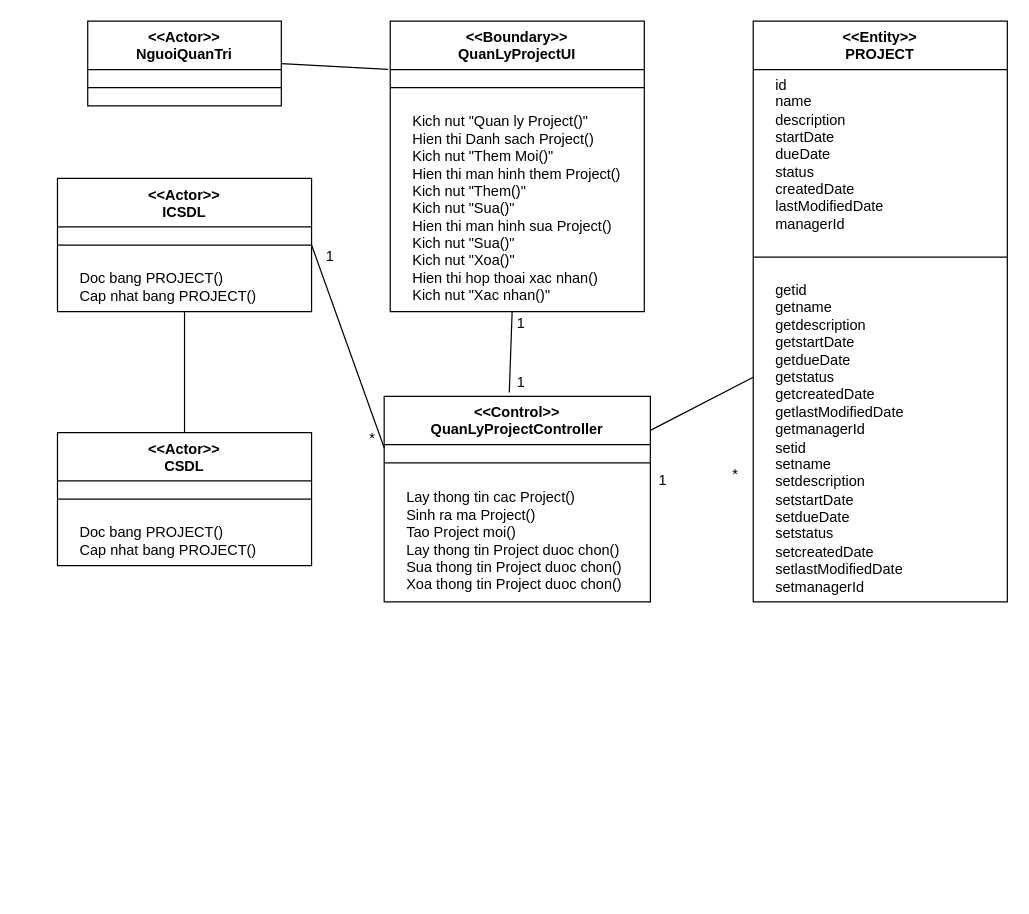
Above: page "QuanLyProject" (1 of 7) of Báo Cáo/VOPC/VPOC.drawio in chickenlazy/college (draw.io), before the change. Source tidied: cells renumbered, new cells numbered last; positions are measured from the earlier drawing's top-left corner, leaving out a move shared by most shapes. Both pictures are drawn from the tidied source at 121%, with x=0, y=0 at pixel (57, 21).
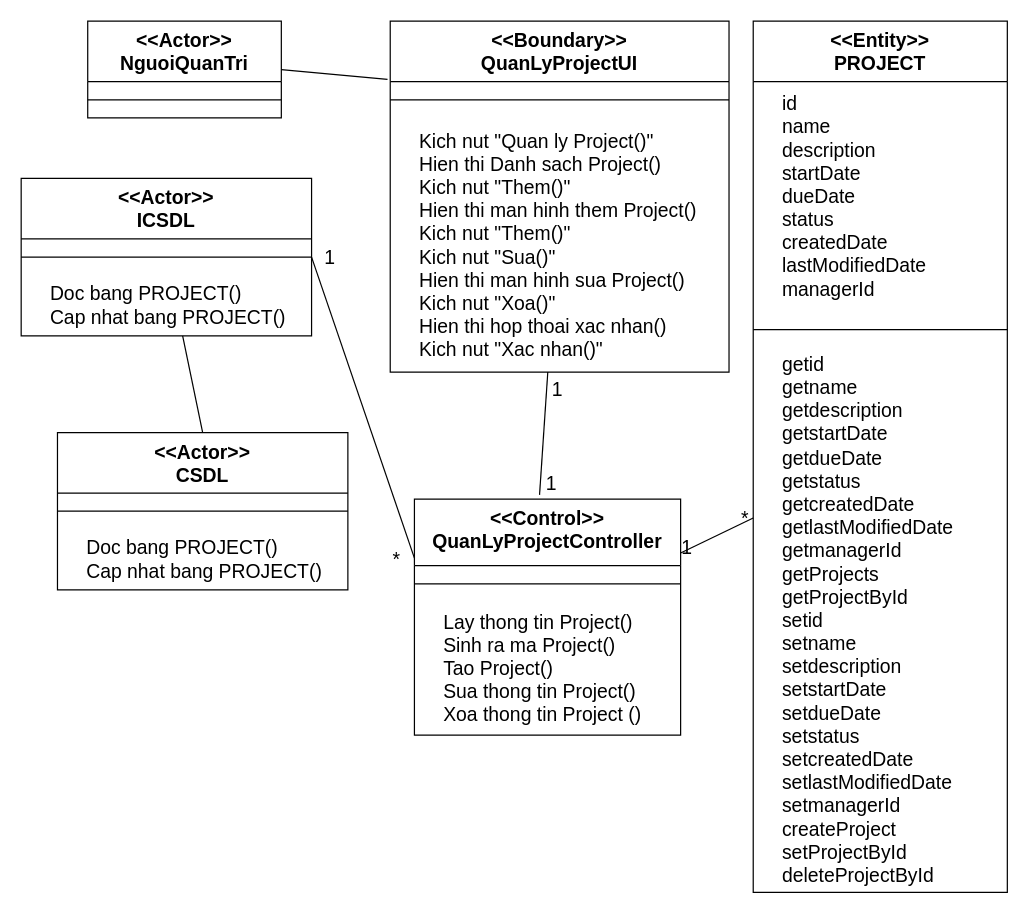
Above is the later version.

The edit, as a diff of the source:
```diff
@@
-    <mxCell id="2" value="&amp;lt;&amp;lt;Actor&amp;gt;&amp;gt;&lt;div&gt;NguoiQuanTri&lt;/div&gt;" style="swimlane;fontStyle=1;align=center;verticalAlign=top;horizontal=1;startSize=40;whiteSpace=wrap;html=1;" parent="1" vertex="1">
-      <mxGeometry x="25" width="160" height="70" as="geometry" />
+    <mxCell id="2" value="&amp;lt;&amp;lt;Actor&amp;gt;&amp;gt;&lt;div&gt;NguoiQuanTri&lt;/div&gt;" style="swimlane;fontStyle=1;align=center;verticalAlign=top;horizontal=1;startSize=50;whiteSpace=wrap;html=1;fontSize=16;" parent="1" vertex="1">
+      <mxGeometry x="25" width="160" height="80" as="geometry" />
     </mxCell>
-    <mxCell id="3" style="line;strokeWidth=1;fillColor=none;align=left;verticalAlign=middle;spacingTop=-1;spacingLeft=3;spacingRight=3;labelPosition=right;strokeColor=inherit;" parent="2" vertex="1">
-      <mxGeometry y="40" width="160" height="30" as="geometry" />
+    <mxCell id="3" style="line;strokeWidth=1;fillColor=none;align=left;verticalAlign=middle;spacingTop=-1;spacingLeft=3;spacingRight=3;labelPosition=right;strokeColor=inherit;fontSize=16;" parent="2" vertex="1">
+      <mxGeometry y="50" width="160" height="30" as="geometry" />
     </mxCell>
-    <mxCell id="4" value="&amp;lt;&amp;lt;Boundary&amp;gt;&amp;gt;&lt;div&gt;QuanLyProjectUI&lt;/div&gt;" style="swimlane;fontStyle=1;align=center;verticalAlign=top;horizontal=1;startSize=40;whiteSpace=wrap;html=1;" parent="1" vertex="1">
-      <mxGeometry x="275" width="210" height="240" as="geometry" />
+    <mxCell id="4" value="&amp;lt;&amp;lt;Boundary&amp;gt;&amp;gt;&lt;div&gt;QuanLyProjectUI&lt;/div&gt;" style="swimlane;fontStyle=1;align=center;verticalAlign=top;horizontal=1;startSize=50;whiteSpace=wrap;html=1;fontSize=16;" parent="1" vertex="1">
+      <mxGeometry x="275" width="280" height="290" as="geometry" />
     </mxCell>
-    <mxCell id="5" style="line;strokeWidth=1;fillColor=none;align=left;verticalAlign=middle;spacingTop=-1;spacingLeft=3;spacingRight=3;labelPosition=right;strokeColor=inherit;" parent="4" vertex="1">
-      <mxGeometry y="40" width="210" height="30" as="geometry" />
+    <mxCell id="5" style="line;strokeWidth=1;fillColor=none;align=left;verticalAlign=middle;spacingTop=-1;spacingLeft=3;spacingRight=3;labelPosition=right;strokeColor=inherit;fontSize=16;" parent="4" vertex="1">
+      <mxGeometry y="50" width="280" height="30" as="geometry" />
     </mxCell>
-    <mxCell id="6" value="&amp;nbsp; &amp;nbsp; &amp;nbsp;Kich nut &quot;Quan ly Project()&quot;&lt;br&gt;&lt;div&gt;&lt;span style=&quot;background-color: transparent; color: light-dark(rgb(0, 0, 0), rgb(255, 255, 255));&quot;&gt;&amp;nbsp; &amp;nbsp; &amp;nbsp;&lt;/span&gt;Hien thi Danh sach Project()&lt;/div&gt;&lt;div&gt;&lt;span style=&quot;background-color: transparent; color: light-dark(rgb(0, 0, 0), rgb(255, 255, 255));&quot;&gt;&amp;nbsp; &amp;nbsp; &amp;nbsp;&lt;/span&gt;Kich nut &quot;Them Moi()&quot;&lt;/div&gt;&lt;div&gt;&lt;span style=&quot;background-color: transparent; color: light-dark(rgb(0, 0, 0), rgb(255, 255, 255));&quot;&gt;&amp;nbsp; &amp;nbsp; &amp;nbsp;&lt;/span&gt;Hien thi man hinh them Project()&lt;/div&gt;&lt;div&gt;&lt;span style=&quot;background-color: transparent; color: light-dark(rgb(0, 0, 0), rgb(255, 255, 255));&quot;&gt;&amp;nbsp; &amp;nbsp; &amp;nbsp;&lt;/span&gt;Kich nut &quot;Them()&quot;&lt;/div&gt;&lt;div&gt;&lt;span style=&quot;background-color: transparent; color: light-dark(rgb(0, 0, 0), rgb(255, 255, 255));&quot;&gt;&amp;nbsp; &amp;nbsp; &amp;nbsp;&lt;/span&gt;Kich nut &quot;Sua()&quot;&lt;/div&gt;&lt;div&gt;&amp;nbsp; &amp;nbsp; &amp;nbsp;&lt;span style=&quot;background-color: transparent; color: light-dark(rgb(0, 0, 0), rgb(255, 255, 255));&quot;&gt;Hien thi man hinh sua Project()&lt;/span&gt;&lt;/div&gt;&lt;div&gt;&lt;span style=&quot;background-color: transparent; color: light-dark(rgb(0, 0, 0), rgb(255, 255, 255));&quot;&gt;&amp;nbsp; &amp;nbsp; &amp;nbsp;&lt;/span&gt;Kich nut &quot;Sua()&quot;&lt;/div&gt;&lt;div&gt;&amp;nbsp;&lt;span style=&quot;background-color: transparent; color: light-dark(rgb(0, 0, 0), rgb(255, 255, 255));&quot;&gt;&amp;nbsp;&amp;nbsp; &amp;nbsp;&lt;/span&gt;&lt;span style=&quot;background-color: transparent; color: light-dark(rgb(0, 0, 0), rgb(255, 255, 255));&quot;&gt;Kich nut &quot;Xoa()&quot;&lt;/span&gt;&lt;/div&gt;&lt;div&gt;&amp;nbsp; &amp;nbsp; &amp;nbsp;&lt;span style=&quot;background-color: transparent; color: light-dark(rgb(0, 0, 0), rgb(255, 255, 255));&quot;&gt;Hien thi hop thoai xac nhan()&lt;/span&gt;&lt;/div&gt;&lt;div&gt;&lt;span style=&quot;background-color: transparent; color: light-dark(rgb(0, 0, 0), rgb(255, 255, 255));&quot;&gt;&amp;nbsp; &amp;nbsp; &amp;nbsp;&lt;/span&gt;Kich nut &quot;Xac nhan()&quot;&lt;/div&gt;" style="text;html=1;align=left;verticalAlign=middle;strokeColor=none;fillColor=none;" parent="4" vertex="1">
-      <mxGeometry y="70" width="210" height="170" as="geometry" />
+    <mxCell id="6" value="&amp;nbsp; &amp;nbsp; &amp;nbsp;Kich nut &quot;Quan ly Project()&quot;&lt;br&gt;&lt;div&gt;&lt;span style=&quot;background-color: transparent; color: light-dark(rgb(0, 0, 0), rgb(255, 255, 255));&quot;&gt;&amp;nbsp; &amp;nbsp; &amp;nbsp;&lt;/span&gt;Hien thi Danh sach Project()&lt;/div&gt;&lt;div&gt;&lt;span style=&quot;background-color: transparent; color: light-dark(rgb(0, 0, 0), rgb(255, 255, 255));&quot;&gt;&amp;nbsp; &amp;nbsp; &amp;nbsp;&lt;/span&gt;Kich nut &quot;Them()&quot;&lt;/div&gt;&lt;div&gt;&lt;span style=&quot;background-color: transparent; color: light-dark(rgb(0, 0, 0), rgb(255, 255, 255));&quot;&gt;&amp;nbsp; &amp;nbsp; &amp;nbsp;&lt;/span&gt;Hien thi man hinh them Project()&lt;/div&gt;&lt;div&gt;&lt;span style=&quot;background-color: transparent; color: light-dark(rgb(0, 0, 0), rgb(255, 255, 255));&quot;&gt;&amp;nbsp; &amp;nbsp; &amp;nbsp;&lt;/span&gt;Kich nut &quot;Them()&quot;&lt;/div&gt;&lt;div&gt;&lt;span style=&quot;background-color: transparent; color: light-dark(rgb(0, 0, 0), rgb(255, 255, 255));&quot;&gt;&amp;nbsp; &amp;nbsp; &amp;nbsp;&lt;/span&gt;Kich nut &quot;Sua()&quot;&lt;/div&gt;&lt;div&gt;&amp;nbsp; &amp;nbsp; &amp;nbsp;&lt;span style=&quot;background-color: transparent; color: light-dark(rgb(0, 0, 0), rgb(255, 255, 255));&quot;&gt;Hien thi man hinh sua Project()&lt;/span&gt;&lt;/div&gt;&lt;div&gt;&amp;nbsp;&lt;span style=&quot;background-color: transparent; color: light-dark(rgb(0, 0, 0), rgb(255, 255, 255));&quot;&gt;&amp;nbsp;&amp;nbsp; &amp;nbsp;&lt;/span&gt;&lt;span style=&quot;background-color: transparent; color: light-dark(rgb(0, 0, 0), rgb(255, 255, 255));&quot;&gt;Kich nut &quot;Xoa()&quot;&lt;/span&gt;&lt;/div&gt;&lt;div&gt;&amp;nbsp; &amp;nbsp; &amp;nbsp;&lt;span style=&quot;background-color: transparent; color: light-dark(rgb(0, 0, 0), rgb(255, 255, 255));&quot;&gt;Hien thi hop thoai xac nhan()&lt;/span&gt;&lt;/div&gt;&lt;div&gt;&lt;span style=&quot;background-color: transparent; color: light-dark(rgb(0, 0, 0), rgb(255, 255, 255));&quot;&gt;&amp;nbsp; &amp;nbsp; &amp;nbsp;&lt;/span&gt;Kich nut &quot;Xac nhan()&quot;&lt;/div&gt;" style="text;html=1;align=left;verticalAlign=middle;strokeColor=none;fillColor=none;fontSize=16;" parent="4" vertex="1">
+      <mxGeometry y="80" width="280" height="210" as="geometry" />
     </mxCell>
-    <mxCell id="7" value="&amp;lt;&amp;lt;Control&amp;gt;&amp;gt;&lt;div&gt;QuanLyProjectController&lt;/div&gt;" style="swimlane;fontStyle=1;align=center;verticalAlign=top;horizontal=1;startSize=40;whiteSpace=wrap;html=1;" parent="1" vertex="1">
-      <mxGeometry x="270" y="310" width="220" height="170" as="geometry" />
+    <mxCell id="7" value="&amp;lt;&amp;lt;Control&amp;gt;&amp;gt;&lt;div&gt;QuanLyProjectController&lt;/div&gt;" style="swimlane;fontStyle=1;align=center;verticalAlign=top;horizontal=1;startSize=55;whiteSpace=wrap;html=1;fontSize=16;" parent="1" vertex="1">
+      <mxGeometry x="295" y="395" width="220" height="195" as="geometry" />
     </mxCell>
-    <mxCell id="8" style="line;strokeWidth=1;fillColor=none;align=left;verticalAlign=middle;spacingTop=-1;spacingLeft=3;spacingRight=3;labelPosition=right;strokeColor=inherit;" parent="7" vertex="1">
-      <mxGeometry y="40" width="220" height="30" as="geometry" />
+    <mxCell id="8" style="line;strokeWidth=1;fillColor=none;align=left;verticalAlign=middle;spacingTop=-1;spacingLeft=3;spacingRight=3;labelPosition=right;strokeColor=inherit;fontSize=16;" parent="7" vertex="1">
+      <mxGeometry y="55" width="220" height="30" as="geometry" />
     </mxCell>
-    <mxCell id="9" value="&amp;nbsp; &amp;nbsp; &amp;nbsp;Lay thong tin cac Project()&lt;div&gt;&amp;nbsp; &amp;nbsp; &amp;nbsp;Sinh ra ma Project()&lt;/div&gt;&lt;div&gt;&amp;nbsp; &amp;nbsp; &amp;nbsp;Tao Project moi()&lt;/div&gt;&lt;div&gt;&amp;nbsp; &amp;nbsp; &amp;nbsp;Lay thong tin Project duoc chon()&lt;/div&gt;&lt;div&gt;&amp;nbsp; &amp;nbsp; &amp;nbsp;Sua&amp;nbsp;&lt;span style=&quot;background-color: transparent; color: light-dark(rgb(0, 0, 0), rgb(255, 255, 255));&quot;&gt;thong tin Project duoc chon()&lt;/span&gt;&lt;/div&gt;&lt;div&gt;&amp;nbsp; &amp;nbsp; &amp;nbsp;Xoa&amp;nbsp;&lt;span style=&quot;background-color: transparent; color: light-dark(rgb(0, 0, 0), rgb(255, 255, 255));&quot;&gt;thong tin Project duoc chon()&lt;/span&gt;&lt;/div&gt;" style="text;html=1;align=left;verticalAlign=middle;strokeColor=none;fillColor=none;" parent="7" vertex="1">
-      <mxGeometry y="70" width="220" height="100" as="geometry" />
+    <mxCell id="9" value="&amp;nbsp; &amp;nbsp; &amp;nbsp;Lay thong tin Project()&lt;div&gt;&amp;nbsp; &amp;nbsp; &amp;nbsp;Sinh ra ma Project()&lt;/div&gt;&lt;div&gt;&amp;nbsp; &amp;nbsp; &amp;nbsp;Tao Project()&lt;/div&gt;&lt;div&gt;&amp;nbsp; &amp;nbsp; &amp;nbsp;Sua&amp;nbsp;&lt;span style=&quot;background-color: transparent; color: light-dark(rgb(0, 0, 0), rgb(255, 255, 255));&quot;&gt;thong tin Project()&lt;/span&gt;&lt;/div&gt;&lt;div&gt;&amp;nbsp; &amp;nbsp; &amp;nbsp;Xoa&amp;nbsp;&lt;span style=&quot;background-color: transparent; color: light-dark(rgb(0, 0, 0), rgb(255, 255, 255));&quot;&gt;thong tin Project ()&lt;/span&gt;&lt;/div&gt;" style="text;html=1;align=left;verticalAlign=middle;strokeColor=none;fillColor=none;fontSize=16;" parent="7" vertex="1">
+      <mxGeometry y="85" width="220" height="110" as="geometry" />
     </mxCell>
-    <mxCell id="10" value="&amp;lt;&amp;lt;Actor&amp;gt;&amp;gt;&lt;div&gt;CSDL&lt;/div&gt;" style="swimlane;fontStyle=1;align=center;verticalAlign=top;horizontal=1;startSize=40;whiteSpace=wrap;html=1;" parent="1" vertex="1">
-      <mxGeometry y="340" width="210" height="110" as="geometry" />
+    <mxCell id="10" value="&amp;lt;&amp;lt;Actor&amp;gt;&amp;gt;&lt;div&gt;CSDL&lt;/div&gt;" style="swimlane;fontStyle=1;align=center;verticalAlign=top;horizontal=1;startSize=50;whiteSpace=wrap;html=1;fontSize=16;" parent="1" vertex="1">
+      <mxGeometry y="340" width="240" height="130" as="geometry" />
     </mxCell>
-    <mxCell id="11" style="line;strokeWidth=1;fillColor=none;align=left;verticalAlign=middle;spacingTop=-1;spacingLeft=3;spacingRight=3;labelPosition=right;strokeColor=inherit;" parent="10" vertex="1">
-      <mxGeometry y="40" width="210" height="30" as="geometry" />
+    <mxCell id="11" style="line;strokeWidth=1;fillColor=none;align=left;verticalAlign=middle;spacingTop=-1;spacingLeft=3;spacingRight=3;labelPosition=right;strokeColor=inherit;fontSize=16;" parent="10" vertex="1">
+      <mxGeometry y="50" width="240" height="30" as="geometry" />
     </mxCell>
-    <mxCell id="12" value="&amp;nbsp; &amp;nbsp; &amp;nbsp;Doc bang PROJECT()&lt;div&gt;&amp;nbsp; &amp;nbsp; &amp;nbsp;Cap nhat bang PROJECT()&lt;/div&gt;" style="text;html=1;align=left;verticalAlign=middle;strokeColor=none;fillColor=none;" parent="10" vertex="1">
-      <mxGeometry y="70" width="210" height="40" as="geometry" />
+    <mxCell id="12" value="&amp;nbsp; &amp;nbsp; &amp;nbsp;Doc bang PROJECT()&lt;div&gt;&amp;nbsp; &amp;nbsp; &amp;nbsp;Cap nhat bang PROJECT()&lt;/div&gt;" style="text;html=1;align=left;verticalAlign=middle;strokeColor=none;fillColor=none;fontSize=16;" parent="10" vertex="1">
+      <mxGeometry y="80" width="240" height="50" as="geometry" />
     </mxCell>
-    <mxCell id="13" value="&amp;lt;&amp;lt;Actor&amp;gt;&amp;gt;&lt;div&gt;ICSDL&lt;/div&gt;" style="swimlane;fontStyle=1;align=center;verticalAlign=top;horizontal=1;startSize=40;whiteSpace=wrap;html=1;" parent="1" vertex="1">
-      <mxGeometry y="130" width="210" height="110" as="geometry" />
+    <mxCell id="13" value="&amp;lt;&amp;lt;Actor&amp;gt;&amp;gt;&lt;div&gt;ICSDL&lt;/div&gt;" style="swimlane;fontStyle=1;align=center;verticalAlign=top;horizontal=1;startSize=50;whiteSpace=wrap;html=1;fontSize=16;" parent="1" vertex="1">
+      <mxGeometry x="-30" y="130" width="240" height="130" as="geometry" />
     </mxCell>
-    <mxCell id="14" style="line;strokeWidth=1;fillColor=none;align=left;verticalAlign=middle;spacingTop=-1;spacingLeft=3;spacingRight=3;labelPosition=right;strokeColor=inherit;" parent="13" vertex="1">
-      <mxGeometry y="40" width="210" height="30" as="geometry" />
+    <mxCell id="14" style="line;strokeWidth=1;fillColor=none;align=left;verticalAlign=middle;spacingTop=-1;spacingLeft=3;spacingRight=3;labelPosition=right;strokeColor=inherit;fontSize=16;" parent="13" vertex="1">
+      <mxGeometry y="50" width="240" height="30" as="geometry" />
     </mxCell>
-    <mxCell id="15" value="&amp;nbsp; &amp;nbsp; &amp;nbsp;Doc bang PROJECT()&lt;div&gt;&amp;nbsp; &amp;nbsp; &amp;nbsp;Cap nhat bang PROJECT()&lt;/div&gt;" style="text;html=1;align=left;verticalAlign=middle;strokeColor=none;fillColor=none;" parent="13" vertex="1">
-      <mxGeometry y="70" width="210" height="40" as="geometry" />
+    <mxCell id="15" value="&amp;nbsp; &amp;nbsp; &amp;nbsp;Doc bang PROJECT()&lt;div&gt;&amp;nbsp; &amp;nbsp; &amp;nbsp;Cap nhat bang PROJECT()&lt;/div&gt;" style="text;html=1;align=left;verticalAlign=middle;strokeColor=none;fillColor=none;fontSize=16;" parent="13" vertex="1">
+      <mxGeometry y="80" width="240" height="50" as="geometry" />
     </mxCell>
-    <mxCell id="16" value="&amp;lt;&amp;lt;Entity&amp;gt;&amp;gt;&lt;div&gt;PROJECT&lt;/div&gt;" style="swimlane;fontStyle=1;align=center;verticalAlign=top;horizontal=1;startSize=40;whiteSpace=wrap;html=1;" parent="1" vertex="1">
-      <mxGeometry x="575" width="210" height="480" as="geometry" />
+    <mxCell id="16" value="&amp;lt;&amp;lt;Entity&amp;gt;&amp;gt;&lt;div&gt;PROJECT&lt;/div&gt;" style="swimlane;fontStyle=1;align=center;verticalAlign=top;horizontal=1;startSize=50;whiteSpace=wrap;html=1;fontSize=16;" parent="1" vertex="1">
+      <mxGeometry x="575" width="210" height="720" as="geometry" />
     </mxCell>
-    <mxCell id="17" value="&amp;nbsp; &amp;nbsp; &amp;nbsp;id&lt;div&gt;&amp;nbsp; &amp;nbsp; &amp;nbsp;name&lt;/div&gt;&lt;div&gt;&amp;nbsp; &amp;nbsp; &amp;nbsp;description&lt;/div&gt;&lt;div&gt;&amp;nbsp; &amp;nbsp; &amp;nbsp;startDate&lt;/div&gt;&lt;div&gt;&amp;nbsp; &amp;nbsp; &amp;nbsp;dueDate&lt;/div&gt;&lt;div&gt;&amp;nbsp; &amp;nbsp; &amp;nbsp;status&lt;/div&gt;&lt;div&gt;&amp;nbsp; &amp;nbsp; &amp;nbsp;createdDate&lt;/div&gt;&lt;div&gt;&amp;nbsp; &amp;nbsp; &amp;nbsp;lastModifiedDate&lt;/div&gt;&lt;div&gt;&amp;nbsp; &amp;nbsp; &amp;nbsp;managerId&lt;/div&gt;" style="text;html=1;align=left;verticalAlign=middle;strokeColor=none;fillColor=none;" parent="16" vertex="1">
-      <mxGeometry y="40" width="210" height="140" as="geometry" />
+    <mxCell id="17" value="&amp;nbsp; &amp;nbsp; &amp;nbsp;id&lt;div&gt;&amp;nbsp; &amp;nbsp; &amp;nbsp;name&lt;/div&gt;&lt;div&gt;&amp;nbsp; &amp;nbsp; &amp;nbsp;description&lt;/div&gt;&lt;div&gt;&amp;nbsp; &amp;nbsp; &amp;nbsp;startDate&lt;/div&gt;&lt;div&gt;&amp;nbsp; &amp;nbsp; &amp;nbsp;dueDate&lt;/div&gt;&lt;div&gt;&amp;nbsp; &amp;nbsp; &amp;nbsp;status&lt;/div&gt;&lt;div&gt;&amp;nbsp; &amp;nbsp; &amp;nbsp;createdDate&lt;/div&gt;&lt;div&gt;&amp;nbsp; &amp;nbsp; &amp;nbsp;lastModifiedDate&lt;/div&gt;&lt;div&gt;&amp;nbsp; &amp;nbsp; &amp;nbsp;managerId&lt;/div&gt;" style="text;html=1;align=left;verticalAlign=middle;strokeColor=none;fillColor=none;fontSize=16;" parent="16" vertex="1">
+      <mxGeometry y="50" width="210" height="190" as="geometry" />
     </mxCell>
-    <mxCell id="18" style="line;strokeWidth=1;fillColor=none;align=left;verticalAlign=middle;spacingTop=-1;spacingLeft=3;spacingRight=3;labelPosition=right;strokeColor=inherit;" parent="16" vertex="1">
-      <mxGeometry y="180" width="210" height="30" as="geometry" />
+    <mxCell id="18" style="line;strokeWidth=1;fillColor=none;align=left;verticalAlign=middle;spacingTop=-1;spacingLeft=3;spacingRight=3;labelPosition=right;strokeColor=inherit;fontSize=16;" parent="16" vertex="1">
+      <mxGeometry y="240" width="210" height="30" as="geometry" />
     </mxCell>
-    <mxCell id="19" value="&amp;nbsp; &amp;nbsp; &amp;nbsp;getid&lt;div&gt;&amp;nbsp; &amp;nbsp; &amp;nbsp;getname&lt;/div&gt;&lt;div&gt;&amp;nbsp; &amp;nbsp; &amp;nbsp;getdescription&lt;/div&gt;&lt;div&gt;&amp;nbsp; &amp;nbsp; &amp;nbsp;getstartDate&lt;/div&gt;&lt;div&gt;&amp;nbsp; &amp;nbsp; &amp;nbsp;getdueDate&lt;/div&gt;&lt;div&gt;&amp;nbsp; &amp;nbsp; &amp;nbsp;getstatus&lt;/div&gt;&lt;div&gt;&amp;nbsp; &amp;nbsp; &amp;nbsp;getcreatedDate&lt;/div&gt;&lt;div&gt;&amp;nbsp; &amp;nbsp; &amp;nbsp;getlastModifiedDate&lt;/div&gt;&lt;div&gt;&amp;nbsp; &amp;nbsp; &amp;nbsp;getmanagerId&lt;/div&gt;&lt;div&gt;&amp;nbsp; &amp;nbsp; &amp;nbsp;setid&lt;div&gt;&amp;nbsp; &amp;nbsp; &amp;nbsp;setname&lt;/div&gt;&lt;div&gt;&amp;nbsp; &amp;nbsp; &amp;nbsp;setdescription&lt;/div&gt;&lt;div&gt;&amp;nbsp; &amp;nbsp; &amp;nbsp;setstartDate&lt;/div&gt;&lt;div&gt;&amp;nbsp; &amp;nbsp; &amp;nbsp;setdueDate&lt;/div&gt;&lt;div&gt;&amp;nbsp; &amp;nbsp; &amp;nbsp;setstatus&lt;/div&gt;&lt;div&gt;&amp;nbsp; &amp;nbsp; &amp;nbsp;setcreatedDate&lt;/div&gt;&lt;div&gt;&amp;nbsp; &amp;nbsp; &amp;nbsp;setlastModifiedDate&lt;/div&gt;&lt;div&gt;&amp;nbsp; &amp;nbsp; &amp;nbsp;setmanagerId&lt;/div&gt;&lt;/div&gt;" style="text;html=1;align=left;verticalAlign=middle;strokeColor=none;fillColor=none;" parent="16" vertex="1">
-      <mxGeometry y="210" width="210" height="270" as="geometry" />
+    <mxCell id="19" value="&amp;nbsp; &amp;nbsp; &amp;nbsp;getid&lt;div&gt;&amp;nbsp; &amp;nbsp; &amp;nbsp;getname&lt;/div&gt;&lt;div&gt;&amp;nbsp; &amp;nbsp; &amp;nbsp;getdescription&lt;/div&gt;&lt;div&gt;&amp;nbsp; &amp;nbsp; &amp;nbsp;getstartDate&lt;/div&gt;&lt;div&gt;&amp;nbsp; &amp;nbsp; &amp;nbsp;getdueDate&lt;/div&gt;&lt;div&gt;&amp;nbsp; &amp;nbsp; &amp;nbsp;getstatus&lt;/div&gt;&lt;div&gt;&amp;nbsp; &amp;nbsp; &amp;nbsp;getcreatedDate&lt;/div&gt;&lt;div&gt;&amp;nbsp; &amp;nbsp; &amp;nbsp;getlastModifiedDate&lt;/div&gt;&lt;div&gt;&amp;nbsp; &amp;nbsp; &amp;nbsp;getmanagerId&lt;/div&gt;&lt;div&gt;&amp;nbsp; &amp;nbsp; &amp;nbsp;getProjects&lt;/div&gt;&lt;div&gt;&amp;nbsp; &amp;nbsp; &amp;nbsp;getProjectById&lt;/div&gt;&lt;div&gt;&amp;nbsp; &amp;nbsp; &amp;nbsp;setid&lt;div&gt;&amp;nbsp; &amp;nbsp; &amp;nbsp;setname&lt;/div&gt;&lt;div&gt;&amp;nbsp; &amp;nbsp; &amp;nbsp;setdescription&lt;/div&gt;&lt;div&gt;&amp;nbsp; &amp;nbsp; &amp;nbsp;setstartDate&lt;/div&gt;&lt;div&gt;&amp;nbsp; &amp;nbsp; &amp;nbsp;setdueDate&lt;/div&gt;&lt;div&gt;&amp;nbsp; &amp;nbsp; &amp;nbsp;setstatus&lt;/div&gt;&lt;div&gt;&amp;nbsp; &amp;nbsp; &amp;nbsp;setcreatedDate&lt;/div&gt;&lt;div&gt;&amp;nbsp; &amp;nbsp; &amp;nbsp;setlastModifiedDate&lt;/div&gt;&lt;div&gt;&amp;nbsp; &amp;nbsp; &amp;nbsp;setmanagerId&lt;/div&gt;&lt;/div&gt;&lt;div&gt;&amp;nbsp; &amp;nbsp; &amp;nbsp;createProject&lt;/div&gt;&lt;div&gt;&amp;nbsp; &amp;nbsp; &amp;nbsp;setProjectById&lt;/div&gt;&lt;div&gt;&amp;nbsp; &amp;nbsp; &amp;nbsp;deleteProjectById&lt;/div&gt;" style="text;html=1;align=left;verticalAlign=middle;strokeColor=none;fillColor=none;fontSize=16;" parent="16" vertex="1">
+      <mxGeometry y="270" width="210" height="450" as="geometry" />
     </mxCell>
-    <mxCell id="20" style="endArrow=none;html=1;rounded=0;exitX=1;exitY=0.5;exitDx=0;exitDy=0;entryX=-0.008;entryY=0.166;entryDx=0;entryDy=0;entryPerimeter=0;" parent="1" edge="1" source="2" target="4">
+    <mxCell id="20" style="endArrow=none;html=1;rounded=0;exitX=1;exitY=0.5;exitDx=0;exitDy=0;entryX=-0.008;entryY=0.166;entryDx=0;entryDy=0;entryPerimeter=0;fontSize=16;" parent="1" edge="1" source="2" target="4">
       <mxGeometry relative="1" as="geometry" />
     </mxCell>
-    <mxCell id="21" style="endArrow=none;html=1;rounded=0;exitX=0.5;exitY=0;exitDx=0;exitDy=0;" parent="1" edge="1" source="10" target="13">
+    <mxCell id="21" style="endArrow=none;html=1;rounded=0;exitX=0.5;exitY=0;exitDx=0;exitDy=0;fontSize=16;" parent="1" edge="1" source="10" target="13">
       <mxGeometry relative="1" as="geometry" />
     </mxCell>
-    <mxCell id="22" style="endArrow=none;html=1;rounded=0;exitX=0;exitY=0.25;exitDx=0;exitDy=0;entryX=1;entryY=0.5;entryDx=0;entryDy=0;" parent="1" edge="1" source="7" target="13">
+    <mxCell id="22" style="endArrow=none;html=1;rounded=0;exitX=0;exitY=0.25;exitDx=0;exitDy=0;entryX=1;entryY=0.5;entryDx=0;entryDy=0;fontSize=16;" parent="1" edge="1" source="7" target="13">
       <mxGeometry relative="1" as="geometry" />
     </mxCell>
-    <mxCell id="23" style="endArrow=none;html=1;rounded=0;" parent="1" edge="1" source="7" target="16">
+    <mxCell id="23" style="endArrow=none;html=1;rounded=0;fontSize=16;" parent="1" edge="1" source="7" target="16">
       <mxGeometry relative="1" as="geometry" />
     </mxCell>
-    <mxCell id="24" style="endArrow=none;html=1;rounded=0;exitX=0.47;exitY=-0.018;exitDx=0;exitDy=0;exitPerimeter=0;" parent="1" edge="1" source="7" target="4">
+    <mxCell id="24" style="endArrow=none;html=1;rounded=0;exitX=0.47;exitY=-0.018;exitDx=0;exitDy=0;exitPerimeter=0;fontSize=16;" parent="1" edge="1" source="7" target="4">
       <mxGeometry relative="1" as="geometry" />
     </mxCell>
-    <mxCell id="25" value="1" style="text;html=1;align=center;verticalAlign=middle;strokeColor=none;fillColor=none;" parent="1" vertex="1">
-      <mxGeometry x="485" y="365" width="30" height="30" as="geometry" />
+    <mxCell id="25" value="1" style="text;html=1;align=center;verticalAlign=middle;strokeColor=none;fillColor=none;fontSize=16;" parent="1" vertex="1">
+      <mxGeometry x="505" y="420" width="30" height="30" as="geometry" />
     </mxCell>
-    <mxCell id="26" value="*" style="text;html=1;align=center;verticalAlign=middle;strokeColor=none;fillColor=none;" parent="1" vertex="1">
-      <mxGeometry x="545" y="360" width="30" height="30" as="geometry" />
+    <mxCell id="26" value="*" style="text;html=1;align=center;verticalAlign=middle;strokeColor=none;fillColor=none;fontSize=16;" parent="1" vertex="1">
+      <mxGeometry x="553" y="396" width="30" height="30" as="geometry" />
     </mxCell>
-    <mxCell id="27" value="1" style="text;html=1;align=center;verticalAlign=middle;strokeColor=none;fillColor=none;" parent="1" vertex="1">
+    <mxCell id="27" value="1" style="text;html=1;align=center;verticalAlign=middle;strokeColor=none;fillColor=none;fontSize=16;" parent="1" vertex="1">
       <mxGeometry x="210" y="180" width="30" height="30" as="geometry" />
     </mxCell>
-    <mxCell id="28" value="*" style="text;html=1;align=center;verticalAlign=middle;strokeColor=none;fillColor=none;" parent="1" vertex="1">
-      <mxGeometry x="245" y="330" width="30" height="30" as="geometry" />
+    <mxCell id="28" value="*" style="text;html=1;align=center;verticalAlign=middle;strokeColor=none;fillColor=none;fontSize=16;" parent="1" vertex="1">
+      <mxGeometry x="265" y="430" width="30" height="30" as="geometry" />
     </mxCell>
+    <mxCell id="30" value="1" style="text;html=1;align=center;verticalAlign=middle;strokeColor=none;fillColor=none;fontSize=16;" parent="1" vertex="1">
+      <mxGeometry x="398" y="289" width="30" height="30" as="geometry" />
+    </mxCell>
-    <mxCell id="29" value="1" style="text;html=1;align=center;verticalAlign=middle;strokeColor=none;fillColor=none;" parent="1" vertex="1">
-      <mxGeometry x="368" y="235" width="30" height="30" as="geometry" />
+    <mxCell id="29" value="1" style="text;html=1;align=center;verticalAlign=middle;strokeColor=none;fillColor=none;fontSize=16;" parent="1" vertex="1">
+      <mxGeometry x="393" y="367" width="30" height="30" as="geometry" />
     </mxCell>
-    <mxCell id="30" value="1" style="text;html=1;align=center;verticalAlign=middle;strokeColor=none;fillColor=none;" parent="1" vertex="1">
-      <mxGeometry x="368" y="284" width="30" height="30" as="geometry" />
-    </mxCell>
```
